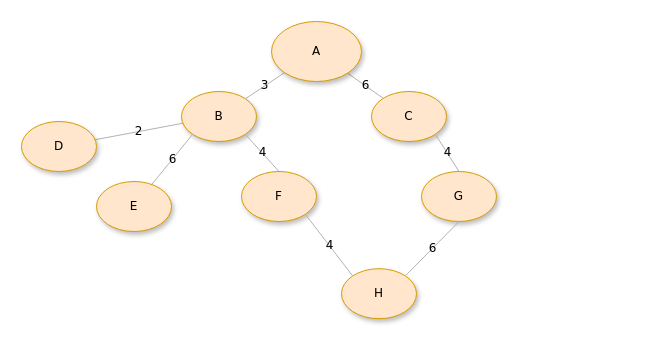
This is Praktikum_1/DrawIO/Beispielgraph_1.drawio from krisschaaf/BAI3_GKA, a draw.io file, before an edit. Source tidied: cells renumbered, new cells numbered last; positions are measured from the earlier drawing's top-left corner, leaving out a move shared by most shapes. Both pictures are drawn from the tidied source at 100%, with x=0, y=0 at pixel (21, 21).
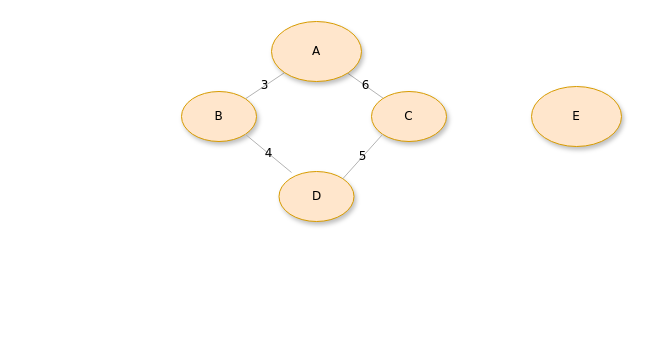
After the change.

Change to the diagram source:
```diff
@@
 <mxGraphModel>
   <root>
     <mxCell id="0" />
     <mxCell id="1" parent="0" />
     <mxCell id="2" value="3" style="edgeStyle=none;rounded=1;html=1;labelBackgroundColor=none;startArrow=none;startFill=0;startSize=5;endArrow=none;endFill=0;endSize=5;jettySize=auto;strokeColor=#B3B3B3;strokeWidth=1;fontFamily=Verdana;fontSize=12;" parent="1" edge="1" source="4" target="7">
       <mxGeometry relative="1" as="geometry" />
     </mxCell>
     <mxCell id="3" value="6" style="edgeStyle=none;rounded=1;html=1;labelBackgroundColor=none;startArrow=none;startFill=0;startSize=5;endArrow=none;endFill=0;endSize=5;jettySize=auto;strokeColor=#B3B3B3;strokeWidth=1;fontFamily=Verdana;fontSize=12;" parent="1" edge="1" source="4" target="5">
       <mxGeometry relative="1" as="geometry" />
     </mxCell>
     <mxCell id="4" value="A" style="ellipse;whiteSpace=wrap;html=1;rounded=0;shadow=1;comic=0;labelBackgroundColor=none;strokeWidth=1;fontFamily=Verdana;fontSize=12;align=center;fillColor=#ffe6cc;strokeColor=#d79b00;" parent="1" vertex="1">
       <mxGeometry x="250" width="90" height="60" as="geometry" />
     </mxCell>
     <mxCell id="5" value="C" style="ellipse;whiteSpace=wrap;html=1;rounded=0;shadow=1;comic=0;labelBackgroundColor=none;strokeWidth=1;fontFamily=Verdana;fontSize=12;align=center;fillColor=#ffe6cc;strokeColor=#d79b00;" parent="1" vertex="1">
       <mxGeometry x="350" y="70" width="75" height="50" as="geometry" />
     </mxCell>
-    <mxCell id="6" value="2" style="edgeStyle=none;rounded=1;html=1;labelBackgroundColor=none;startArrow=none;startFill=0;startSize=5;endArrow=none;endFill=0;endSize=5;jettySize=auto;strokeColor=#B3B3B3;strokeWidth=1;fontFamily=Verdana;fontSize=12;" parent="1" edge="1" source="7" target="9">
-      <mxGeometry relative="1" as="geometry" />
-    </mxCell>
     <mxCell id="7" value="B" style="ellipse;whiteSpace=wrap;html=1;rounded=0;shadow=1;comic=0;labelBackgroundColor=none;strokeWidth=1;fontFamily=Verdana;fontSize=12;align=center;fillColor=#ffe6cc;strokeColor=#d79b00;" parent="1" vertex="1">
       <mxGeometry x="160" y="70" width="75" height="50" as="geometry" />
     </mxCell>
-    <mxCell id="8" value="6" style="edgeStyle=none;rounded=1;html=1;labelBackgroundColor=none;startArrow=none;startFill=0;startSize=5;endArrow=none;endFill=0;endSize=5;jettySize=auto;strokeColor=#B3B3B3;strokeWidth=1;fontFamily=Verdana;fontSize=12;exitX=0;exitY=1;exitDx=0;exitDy=0;" parent="1" edge="1" source="7" target="10">
-      <mxGeometry relative="1" as="geometry" />
-    </mxCell>
-    <mxCell id="9" value="&lt;span&gt;D&lt;/span&gt;" style="ellipse;whiteSpace=wrap;html=1;rounded=0;shadow=1;comic=0;labelBackgroundColor=none;strokeWidth=1;fontFamily=Verdana;fontSize=12;align=center;fillColor=#ffe6cc;strokeColor=#d79b00;" parent="1" vertex="1">
-      <mxGeometry y="100" width="75" height="50" as="geometry" />
-    </mxCell>
-    <mxCell id="10" value="&lt;span&gt;E&lt;/span&gt;" style="ellipse;whiteSpace=wrap;html=1;rounded=0;shadow=1;comic=0;labelBackgroundColor=none;strokeWidth=1;fontFamily=Verdana;fontSize=12;align=center;fillColor=#ffe6cc;strokeColor=#d79b00;" parent="1" vertex="1">
-      <mxGeometry x="75" y="160" width="75" height="50" as="geometry" />
-    </mxCell>
-    <mxCell id="11" value="&lt;span&gt;F&lt;/span&gt;" style="ellipse;whiteSpace=wrap;html=1;rounded=0;shadow=1;comic=0;labelBackgroundColor=none;strokeWidth=1;fontFamily=Verdana;fontSize=12;align=center;fillColor=#ffe6cc;strokeColor=#d79b00;" parent="1" vertex="1">
-      <mxGeometry x="220" y="150" width="75" height="50" as="geometry" />
+    <mxCell id="11" value="&lt;span&gt;D&lt;/span&gt;" style="ellipse;whiteSpace=wrap;html=1;rounded=0;shadow=1;comic=0;labelBackgroundColor=none;strokeWidth=1;fontFamily=Verdana;fontSize=12;align=center;fillColor=#ffe6cc;strokeColor=#d79b00;" parent="1" vertex="1">
+      <mxGeometry x="257.5" y="150" width="75" height="50" as="geometry" />
     </mxCell>
-    <mxCell id="12" value="4" style="edgeStyle=none;rounded=1;html=1;labelBackgroundColor=none;startArrow=none;startFill=0;startSize=5;endArrow=none;endFill=0;endSize=5;jettySize=auto;strokeColor=#B3B3B3;strokeWidth=1;fontFamily=Verdana;fontSize=12;exitX=1;exitY=1;exitDx=0;exitDy=0;entryX=0.5;entryY=0;entryDx=0;entryDy=0;" parent="1" edge="1" source="7" target="11">
+    <mxCell id="12" value="4" style="edgeStyle=none;rounded=1;html=1;labelBackgroundColor=none;startArrow=none;startFill=0;startSize=5;endArrow=none;endFill=0;endSize=5;jettySize=auto;strokeColor=#B3B3B3;strokeWidth=1;fontFamily=Verdana;fontSize=12;exitX=1;exitY=1;exitDx=0;exitDy=0;entryX=0.167;entryY=0.02;entryDx=0;entryDy=0;entryPerimeter=0;" parent="1" edge="1" source="7" target="11">
       <mxGeometry relative="1" as="geometry" />
     </mxCell>
-    <mxCell id="13" value="&lt;span&gt;G&lt;/span&gt;" style="ellipse;whiteSpace=wrap;html=1;rounded=0;shadow=1;comic=0;labelBackgroundColor=none;strokeWidth=1;fontFamily=Verdana;fontSize=12;align=center;fillColor=#ffe6cc;strokeColor=#d79b00;" parent="1" vertex="1">
-      <mxGeometry x="400" y="150" width="75" height="50" as="geometry" />
-    </mxCell>
-    <mxCell id="14" value="4" style="edgeStyle=none;rounded=1;html=1;labelBackgroundColor=none;startArrow=none;startFill=0;startSize=5;endArrow=none;endFill=0;endSize=5;jettySize=auto;strokeColor=#B3B3B3;strokeWidth=1;fontFamily=Verdana;fontSize=12;exitX=1;exitY=1;exitDx=0;exitDy=0;entryX=0.5;entryY=0;entryDx=0;entryDy=0;" parent="1" edge="1" source="5" target="13">
-      <mxGeometry relative="1" as="geometry" />
-    </mxCell>
-    <mxCell id="15" value="&lt;span&gt;H&lt;/span&gt;" style="ellipse;whiteSpace=wrap;html=1;rounded=0;shadow=1;comic=0;labelBackgroundColor=none;strokeWidth=1;fontFamily=Verdana;fontSize=12;align=center;fillColor=#ffe6cc;strokeColor=#d79b00;" parent="1" vertex="1">
-      <mxGeometry x="320" y="247.2" width="75" height="50" as="geometry" />
-    </mxCell>
-    <mxCell id="16" value="6" style="edgeStyle=none;rounded=1;html=1;labelBackgroundColor=none;startArrow=none;startFill=0;startSize=5;endArrow=none;endFill=0;endSize=5;jettySize=auto;strokeColor=#B3B3B3;strokeWidth=1;fontFamily=Verdana;fontSize=12;exitX=0.5;exitY=1;exitDx=0;exitDy=0;entryX=1;entryY=0;entryDx=0;entryDy=0;" parent="1" edge="1" source="13" target="15">
-      <mxGeometry relative="1" as="geometry" />
-    </mxCell>
-    <mxCell id="17" value="4" style="edgeStyle=none;rounded=1;html=1;labelBackgroundColor=none;startArrow=none;startFill=0;startSize=5;endArrow=none;endFill=0;endSize=5;jettySize=auto;strokeColor=#B3B3B3;strokeWidth=1;fontFamily=Verdana;fontSize=12;exitX=1;exitY=1;exitDx=0;exitDy=0;entryX=0;entryY=0;entryDx=0;entryDy=0;" parent="1" edge="1" source="11" target="15">
-      <mxGeometry relative="1" as="geometry" />
-    </mxCell>
+    <mxCell id="18" value="5" style="edgeStyle=none;rounded=1;html=1;labelBackgroundColor=none;startArrow=none;startFill=0;startSize=5;endArrow=none;endFill=0;endSize=5;jettySize=auto;strokeColor=#B3B3B3;strokeWidth=1;fontFamily=Verdana;fontSize=12;entryX=0;entryY=1;entryDx=0;entryDy=0;exitX=1;exitY=0;exitDx=0;exitDy=0;" parent="1" edge="1" source="11" target="5">
+      <mxGeometry relative="1" as="geometry" />
+    </mxCell>
+    <mxCell id="10" value="E" style="ellipse;whiteSpace=wrap;html=1;rounded=0;shadow=1;comic=0;labelBackgroundColor=none;strokeWidth=1;fontFamily=Verdana;fontSize=12;align=center;fillColor=#ffe6cc;strokeColor=#d79b00;" parent="1" vertex="1">
+      <mxGeometry x="510" y="65" width="90" height="60" as="geometry" />
+    </mxCell>
   </root>
 </mxGraphModel>
```
